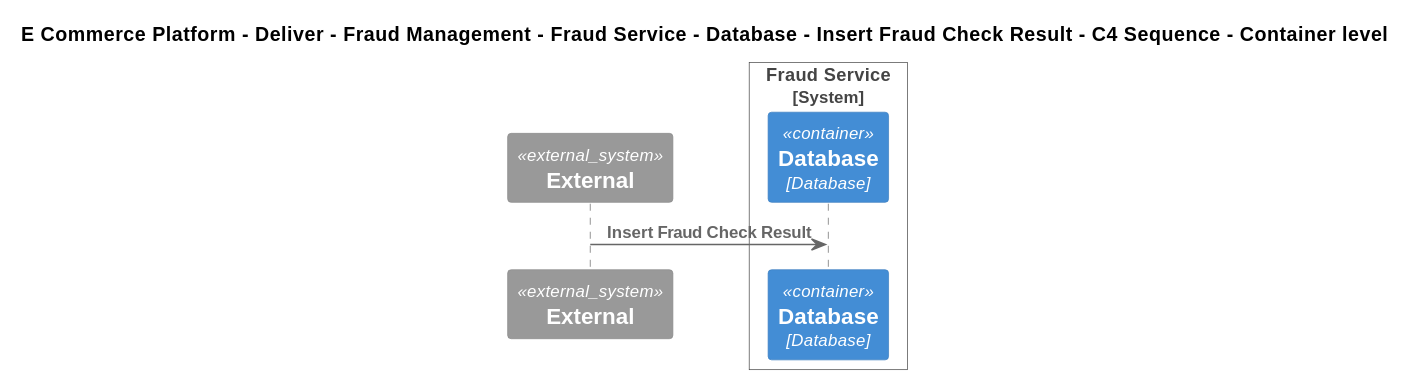
This is Samples/E-Commerce Platform/Yaml/Diagrams/E Commerce Platform/Deliver/Fraud Management/Software Systems/Fraud Service/Containers/Database/Interfaces/Insert Fraud Check Result/Container - C4 Sequence.svg from mnadenysenko/C4InterFlow, a PlantUML export, as it was before one commit. The source it was exported from:
```plantuml
@startuml
!include ..\..\..\..\..\..\..\..\..\.c4s\C4_Sequence.puml
SHOW_FOOT_BOXES()

title E Commerce Platform - Deliver - Fraud Management - Fraud Service - Database - Insert Fraud Check Result - C4 Sequence - Container level

System_Ext(C4InterFlow.SoftwareSystems.ExternalSystem, "External", "")

System_Boundary(ECommercePlatform.Deliver.FraudManagement.SoftwareSystems.FraudService, "Fraud Service")
    ContainerDb(ECommercePlatform.Deliver.FraudManagement.SoftwareSystems.FraudService.Containers.Database, "Database", "Database", "")
Boundary_End()

Rel(C4InterFlow.SoftwareSystems.ExternalSystem, ECommercePlatform.Deliver.FraudManagement.SoftwareSystems.FraudService.Containers.Database, "Insert Fraud Check Result")
@enduml
```
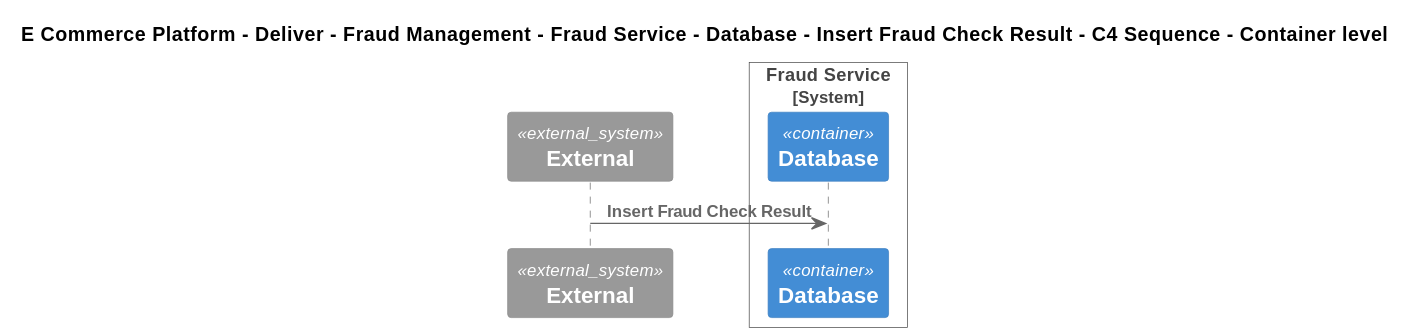
After the change.

The edit, as a diff of the source:
```diff
@@ -7,7 +7,7 @@
 System_Ext(C4InterFlow.SoftwareSystems.ExternalSystem, "External", "")
 
 System_Boundary(ECommercePlatform.Deliver.FraudManagement.SoftwareSystems.FraudService, "Fraud Service")
-    ContainerDb(ECommercePlatform.Deliver.FraudManagement.SoftwareSystems.FraudService.Containers.Database, "Database", "Database", "")
+    ContainerDb(ECommercePlatform.Deliver.FraudManagement.SoftwareSystems.FraudService.Containers.Database, "Database", "", "")
 Boundary_End()
 
 Rel(C4InterFlow.SoftwareSystems.ExternalSystem, ECommercePlatform.Deliver.FraudManagement.SoftwareSystems.FraudService.Containers.Database, "Insert Fraud Check Result")
```
